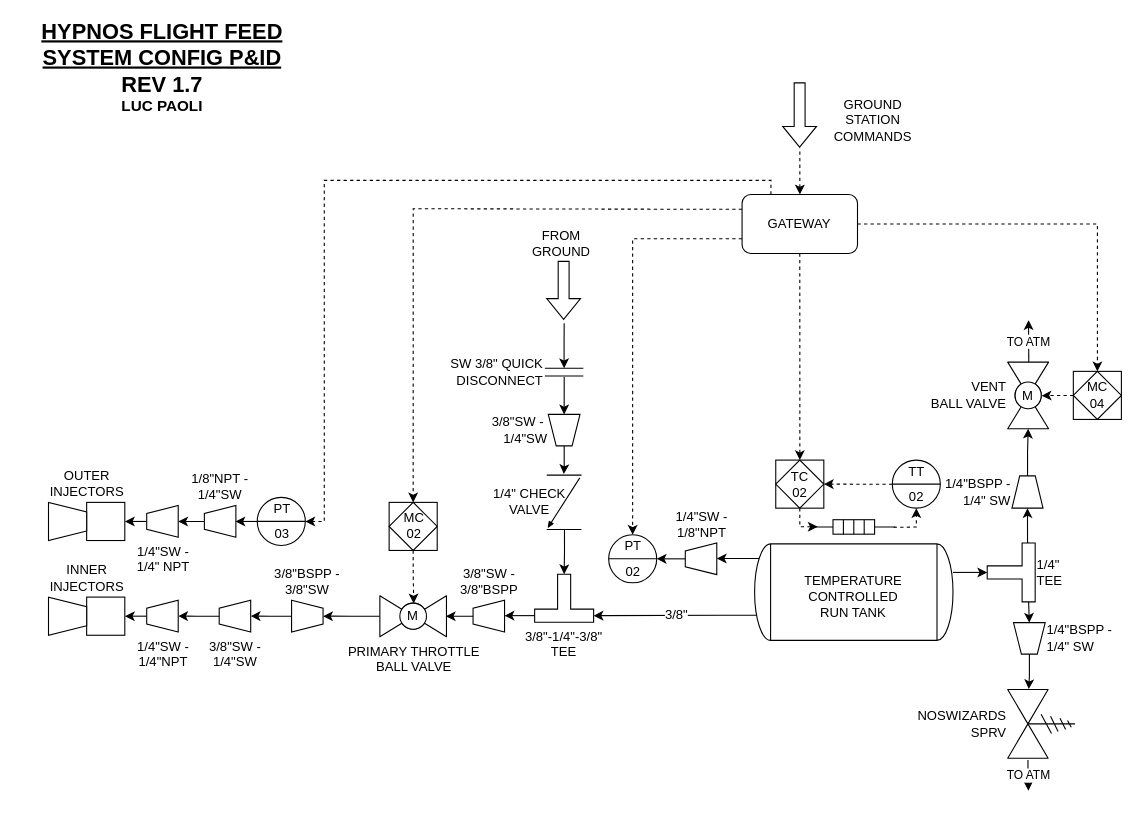
Earlier version of the draw.io diagram page "Flight feed system" (3 of 4) of All_P_IDs.drawio (icl-rocketry/Propulsion-PIDs). Source tidied: cells renumbered, new cells numbered last; positions are measured from the earlier drawing's top-left corner, leaving out a move shared by most shapes. Both pictures are drawn from the tidied source at 109%, with x=0, y=0 at pixel (19, 19).
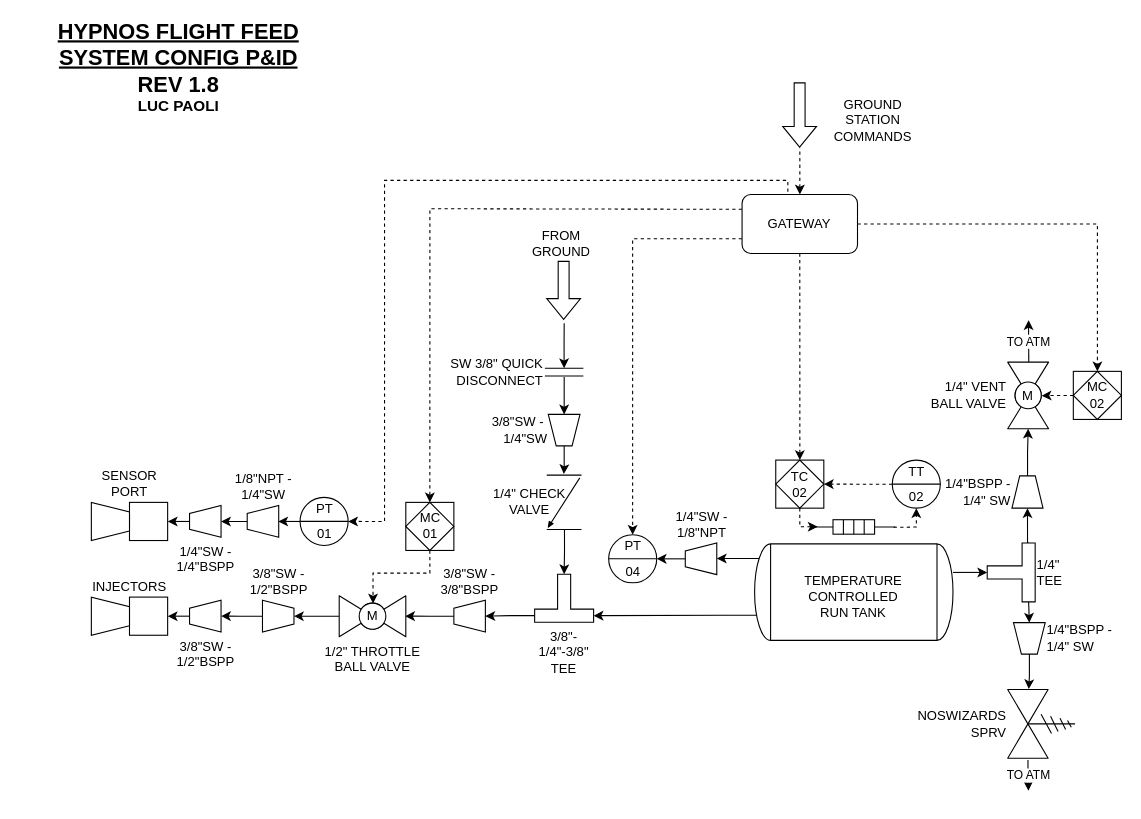
After the change.

Unchanged cells that the change refers to:
```xml
<mxCell id="60" value="GATEWAY" style="rounded=1;whiteSpace=wrap;html=1;fontColor=#000000;strokeColor=#000000;strokeWidth=1;fillColor=default;" parent="59" vertex="1">
  <mxGeometry y="102.9" width="105.9" height="54.2" as="geometry" />
</mxCell>
```

Diff of the diagram source:
```diff
@@
-    <mxCell id="2" value="&lt;b&gt;&lt;font&gt;&lt;u style=&quot;font-size: 20px&quot;&gt;HYPNOS FLIGHT FEED SYSTEM CONFIG P&amp;amp;ID&lt;/u&gt;&lt;br&gt;&lt;span style=&quot;font-size: 20px&quot;&gt;REV 1.7&lt;/span&gt;&lt;br&gt;&lt;font style=&quot;font-size: 14px&quot;&gt;LUC PAOLI&lt;/font&gt;&lt;br&gt;&lt;/font&gt;&lt;/b&gt;" style="text;html=1;strokeColor=none;fillColor=none;align=center;verticalAlign=middle;whiteSpace=wrap;rounded=0;fontFamily=Helvetica;" parent="1" vertex="1">
-      <mxGeometry width="262.6" height="88" as="geometry" />
+    <mxCell id="2" value="&lt;b&gt;&lt;font&gt;&lt;u style=&quot;font-size: 20px&quot;&gt;HYPNOS FLIGHT FEED SYSTEM CONFIG P&amp;amp;ID&lt;/u&gt;&lt;br&gt;&lt;span style=&quot;font-size: 20px&quot;&gt;REV 1.8&lt;/span&gt;&lt;br&gt;&lt;font style=&quot;font-size: 14px&quot;&gt;LUC PAOLI&lt;/font&gt;&lt;br&gt;&lt;/font&gt;&lt;/b&gt;" style="text;html=1;strokeColor=none;fillColor=none;align=center;verticalAlign=middle;whiteSpace=wrap;rounded=0;fontFamily=Helvetica;" parent="1" vertex="1">
+      <mxGeometry x="15.3" width="262.6" height="88" as="geometry" />
     </mxCell>
-    <mxCell id="3" value="3/8&quot;" style="edgeStyle=orthogonalEdgeStyle;rounded=0;jettySize=auto;html=1;entryX=0;entryY=0;entryDx=0;entryDy=6;entryPerimeter=0;fontSize=12;startArrow=none;startFill=0;endArrow=classic;endFill=1;" parent="1" edge="1" target="24">
+    <mxCell id="3" style="edgeStyle=orthogonalEdgeStyle;rounded=0;jettySize=auto;html=1;entryX=0;entryY=0;entryDx=0;entryDy=6;entryPerimeter=0;fontSize=12;startArrow=none;startFill=0;endArrow=classic;endFill=1;" parent="1" edge="1" target="24">
       <mxGeometry relative="1" as="geometry">
         <mxPoint x="677.9" y="547" as="sourcePoint" />
         <Array as="points">
           <mxPoint x="645.9" y="548" />
         </Array>
       </mxGeometry>
     </mxCell>
@@
-    <mxCell id="22" value="&lt;table cellpadding=&quot;4&quot; cellspacing=&quot;0&quot; border=&quot;0&quot; style=&quot;font-size: 1em ; width: 100% ; height: 100%&quot;&gt;&lt;tbody&gt;&lt;tr&gt;&lt;td&gt;PT&lt;/td&gt;&lt;/tr&gt;&lt;tr&gt;&lt;td&gt;02&lt;/td&gt;&lt;/tr&gt;&lt;/tbody&gt;&lt;/table&gt; " style="html=1;outlineConnect=0;align=center;dashed=0;shape=mxgraph.pid2inst.discInst;mounting=room;fontColor=#000000;strokeColor=#000000;strokeWidth=1;fillColor=default;" parent="1" vertex="1">
+    <mxCell id="22" value="&lt;table style=&quot;font-size: 1em ; width: 100% ; height: 100%&quot; cellspacing=&quot;0&quot; cellpadding=&quot;4&quot; border=&quot;0&quot;&gt;&lt;tbody&gt;&lt;tr&gt;&lt;td&gt;PT&lt;/td&gt;&lt;/tr&gt;&lt;tr&gt;&lt;td&gt;04&lt;/td&gt;&lt;/tr&gt;&lt;/tbody&gt;&lt;/table&gt; " style="html=1;outlineConnect=0;align=center;dashed=0;shape=mxgraph.pid2inst.discInst;mounting=room;fontColor=#000000;strokeColor=#000000;strokeWidth=1;fillColor=default;" parent="1" vertex="1">
       <mxGeometry x="540.9" y="473.1" width="44.1" height="44.1" as="geometry" />
     </mxCell>
@@
-    <mxCell id="24" value="3/8&quot;-1/4&quot;-3/8&quot; TEE" style="shape=tee;whiteSpace=wrap;html=1;rotation=0;dx=12;dy=12;fontFamily=Helvetica;direction=west;flipV=0;verticalAlign=top;labelPosition=center;verticalLabelPosition=bottom;align=center;" parent="1" vertex="1">
+    <mxCell id="24" value="3/8&quot;- 1/4&quot;-3/8&quot; TEE" style="shape=tee;whiteSpace=wrap;html=1;rotation=0;dx=12;dy=12;fontFamily=Helvetica;direction=west;flipV=0;verticalAlign=top;labelPosition=center;verticalLabelPosition=bottom;align=center;" parent="1" vertex="1">
       <mxGeometry x="473" y="509.3" width="54.1" height="44" as="geometry" />
     </mxCell>
@@
     <mxCell id="32" value="3/8&quot;SW -&lt;br&gt;3/8&quot;BSPP" style="verticalLabelPosition=top;align=center;dashed=0;html=1;verticalAlign=bottom;shape=mxgraph.pid.piping.concentric_reducer;direction=west;fontFamily=Helvetica;horizontal=1;labelPosition=center;" parent="1" vertex="1">
-      <mxGeometry x="416.5" y="533.2" width="28.9" height="29.1" as="geometry" />
+      <mxGeometry x="398.9" y="533.2" width="28.9" height="29.1" as="geometry" />
     </mxCell>
@@
+    <mxCell id="74" style="edgeStyle=orthogonalEdgeStyle;rounded=0;jettySize=auto;html=1;entryX=0;entryY=0.5;entryDx=0;entryDy=0;entryPerimeter=0;" parent="1" edge="1" source="34" target="42">
+      <mxGeometry relative="1" as="geometry" />
+    </mxCell>
-    <mxCell id="34" value="3/8&quot;BSPP -&lt;br&gt;3/8&quot;SW" style="verticalLabelPosition=top;align=center;dashed=0;html=1;verticalAlign=bottom;shape=mxgraph.pid.piping.concentric_reducer;direction=east;fontFamily=Helvetica;horizontal=1;labelPosition=center;" parent="1" vertex="1">
-      <mxGeometry x="250" y="533.2" width="28.9" height="29.1" as="geometry" />
+    <mxCell id="34" value="3/8&quot;SW -&lt;br&gt;1/2&quot;BSPP" style="verticalLabelPosition=top;align=center;dashed=0;html=1;verticalAlign=bottom;shape=mxgraph.pid.piping.concentric_reducer;direction=east;fontFamily=Helvetica;horizontal=1;labelPosition=center;" parent="1" vertex="1">
+      <mxGeometry x="223.3" y="533.2" width="28.9" height="29.1" as="geometry" />
     </mxCell>
@@
-    <mxCell id="36" value="3/8&quot;SW -&lt;br&gt;1/4&quot;SW" style="verticalLabelPosition=bottom;align=center;dashed=0;html=1;verticalAlign=top;shape=mxgraph.pid.piping.concentric_reducer;direction=west;fontFamily=Helvetica;horizontal=1;labelPosition=center;" parent="1" vertex="1">
-      <mxGeometry x="183.6" y="533.2" width="28.9" height="29.1" as="geometry" />
-    </mxCell>
-    <mxCell id="37" style="edgeStyle=orthogonalEdgeStyle;rounded=0;jettySize=auto;html=1;fontColor=#000000;entryX=0;entryY=0.5;entryDx=0;entryDy=0;entryPerimeter=0;" parent="1" edge="1" source="34" target="36">
-      <mxGeometry relative="1" as="geometry" />
-    </mxCell>
-    <mxCell id="38" style="edgeStyle=orthogonalEdgeStyle;rounded=0;jettySize=auto;html=1;entryX=0;entryY=0.5;entryDx=0;entryDy=0;entryPerimeter=0;fontColor=#000000;" parent="1" edge="1" source="36" target="42">
-      <mxGeometry relative="1" as="geometry" />
-    </mxCell>
@@
-    <mxCell id="40" value="INNER&lt;br&gt;INJECTORS" style="shape=mxgraph.pid.pumps.injector;html=1;align=center;verticalLabelPosition=top;verticalAlign=bottom;dashed=0;direction=west;fontFamily=Helvetica;labelPosition=center;" parent="1" vertex="1">
-      <mxGeometry x="27" y="530.3" width="70" height="35" as="geometry" />
+    <mxCell id="40" value="INJECTORS" style="shape=mxgraph.pid.pumps.injector;html=1;align=center;verticalLabelPosition=top;verticalAlign=bottom;dashed=0;direction=west;fontFamily=Helvetica;labelPosition=center;" parent="1" vertex="1">
+      <mxGeometry x="66.3" y="530.3" width="70" height="35" as="geometry" />
     </mxCell>
@@
-    <mxCell id="42" value="1/4&quot;SW -&lt;br&gt;1/4&quot;NPT" style="verticalLabelPosition=bottom;align=center;dashed=0;html=1;verticalAlign=top;shape=mxgraph.pid.piping.concentric_reducer;direction=west;fontFamily=Helvetica;horizontal=1;labelPosition=center;" parent="1" vertex="1">
-      <mxGeometry x="117.1" y="533.2" width="28.9" height="29.1" as="geometry" />
+    <mxCell id="42" value="3/8&quot;SW -&lt;br&gt;1/2&quot;BSPP" style="verticalLabelPosition=bottom;align=center;dashed=0;html=1;verticalAlign=top;shape=mxgraph.pid.piping.concentric_reducer;direction=west;fontFamily=Helvetica;horizontal=1;labelPosition=center;" parent="1" vertex="1">
+      <mxGeometry x="156.4" y="533.2" width="28.9" height="29.1" as="geometry" />
     </mxCell>
-    <mxCell id="43" value="MC&lt;br&gt;02&lt;br&gt; " style="html=1;outlineConnect=0;align=center;dashed=0;shape=mxgraph.pid2inst.progLogCont;mounting=field;fontColor=#000000;strokeColor=#000000;strokeWidth=1;fillColor=default;" parent="1" vertex="1">
-      <mxGeometry x="339.5" y="443.4" width="44.1" height="44.1" as="geometry" />
+    <mxCell id="43" value="MC&lt;br&gt;01&lt;br&gt; " style="html=1;outlineConnect=0;align=center;dashed=0;shape=mxgraph.pid2inst.progLogCont;mounting=field;fontColor=#000000;strokeColor=#000000;strokeWidth=1;fillColor=default;" parent="1" vertex="1">
+      <mxGeometry x="354.8" y="443.4" width="44.1" height="44.1" as="geometry" />
     </mxCell>
@@
-    <mxCell id="45" value="MC&lt;br&gt;04&lt;br&gt; " style="html=1;outlineConnect=0;align=center;dashed=0;shape=mxgraph.pid2inst.progLogCont;mounting=field;fontColor=#000000;strokeColor=#000000;strokeWidth=1;fillColor=default;" parent="1" vertex="1">
+    <mxCell id="45" value="MC&lt;br&gt;02&lt;br&gt; " style="html=1;outlineConnect=0;align=center;dashed=0;shape=mxgraph.pid2inst.progLogCont;mounting=field;fontColor=#000000;strokeColor=#000000;strokeWidth=1;fillColor=default;" parent="1" vertex="1">
       <mxGeometry x="967.2" y="323.2" width="44.1" height="44.1" as="geometry" />
     </mxCell>
     <mxCell id="46" style="edgeStyle=orthogonalEdgeStyle;rounded=0;jettySize=auto;html=1;dashed=1;fontColor=#000000;exitX=0;exitY=0.25;exitDx=0;exitDy=0;entryX=0.5;entryY=0;entryDx=0;entryDy=0;" parent="1" edge="1" source="60" target="43">
       <mxGeometry relative="1" as="geometry">
         <Array as="points">
-          <mxPoint x="632" y="174" />
-          <mxPoint x="362" y="174" />
+          <mxPoint x="647.3" y="174" />
+          <mxPoint x="377.3" y="174" />
         </Array>
       </mxGeometry>
     </mxCell>
@@
-    <mxCell id="49" value="VENT&lt;br&gt;BALL VALVE" style="verticalLabelPosition=middle;align=right;html=1;verticalAlign=middle;dashed=0;shape=mxgraph.pid2valves.valve;valveType=ball;direction=south;fontFamily=Helvetica;horizontal=1;labelPosition=left;" parent="1" vertex="1">
+    <mxCell id="49" value="1/4&quot; VENT&lt;br&gt;BALL VALVE" style="verticalLabelPosition=middle;align=right;html=1;verticalAlign=middle;dashed=0;shape=mxgraph.pid2valves.valve;valveType=ball;direction=south;fontFamily=Helvetica;horizontal=1;labelPosition=left;" parent="1" vertex="1">
       <mxGeometry x="907" y="314.7" width="37.5" height="61.1" as="geometry" />
     </mxCell>
@@
-    <mxCell id="53" value="OUTER&lt;br&gt;INJECTORS" style="shape=mxgraph.pid.pumps.injector;html=1;align=center;verticalLabelPosition=top;verticalAlign=bottom;dashed=0;direction=west;fontFamily=Helvetica;labelPosition=center;" parent="1" vertex="1">
-      <mxGeometry x="27" y="443.4" width="70" height="35" as="geometry" />
+    <mxCell id="53" value="SENSOR&lt;br&gt;PORT" style="shape=mxgraph.pid.pumps.injector;html=1;align=center;verticalLabelPosition=top;verticalAlign=bottom;dashed=0;direction=west;fontFamily=Helvetica;labelPosition=center;" parent="1" vertex="1">
+      <mxGeometry x="66.3" y="443.4" width="70" height="35" as="geometry" />
     </mxCell>
     <mxCell id="54" style="group;" parent="1" vertex="1">
-      <mxGeometry x="331" y="529.1" width="61.1" height="37.5" as="geometry" />
+      <mxGeometry x="293.7" y="529.1" width="61.1" height="37.5" as="geometry" />
     </mxCell>
-    <mxCell id="55" value="PRIMARY THROTTLE&lt;br&gt;BALL VALVE" style="verticalLabelPosition=bottom;align=center;html=1;verticalAlign=top;dashed=0;shape=mxgraph.pid2valves.valve;valveType=ball;direction=west;fontFamily=Helvetica;horizontal=1;labelPosition=center;" parent="54" vertex="1">
+    <mxCell id="55" value="1/2&quot; THROTTLE&lt;br&gt;BALL VALVE" style="verticalLabelPosition=bottom;align=center;html=1;verticalAlign=top;dashed=0;shape=mxgraph.pid2valves.valve;valveType=ball;direction=west;fontFamily=Helvetica;horizontal=1;labelPosition=center;" parent="54" vertex="1">
       <mxGeometry width="61.1" height="37.5" as="geometry" />
     </mxCell>
@@
-    <mxCell id="58" value="1/4&quot;SW -&lt;br&gt;1/4&quot; NPT" style="verticalLabelPosition=bottom;align=center;dashed=0;html=1;verticalAlign=top;shape=mxgraph.pid.piping.concentric_reducer;direction=west;fontFamily=Helvetica;horizontal=1;labelPosition=center;" parent="1" vertex="1">
-      <mxGeometry x="117.1" y="446.3" width="28.9" height="29.1" as="geometry" />
+    <mxCell id="58" value="1/4&quot;SW -&lt;br&gt;1/4&quot;BSPP" style="verticalLabelPosition=bottom;align=center;dashed=0;html=1;verticalAlign=top;shape=mxgraph.pid.piping.concentric_reducer;direction=west;fontFamily=Helvetica;horizontal=1;labelPosition=center;" parent="1" vertex="1">
+      <mxGeometry x="156.4" y="446.3" width="28.9" height="29.1" as="geometry" />
     </mxCell>
@@
-    <mxCell id="70" value="&lt;table cellpadding=&quot;4&quot; cellspacing=&quot;0&quot; border=&quot;0&quot; style=&quot;font-size: 1em ; width: 100% ; height: 100%&quot;&gt;&lt;tbody&gt;&lt;tr&gt;&lt;td&gt;PT&lt;/td&gt;&lt;/tr&gt;&lt;tr&gt;&lt;td&gt;03&lt;/td&gt;&lt;/tr&gt;&lt;/tbody&gt;&lt;/table&gt; " style="html=1;outlineConnect=0;align=center;dashed=0;shape=mxgraph.pid2inst.discInst;mounting=room;fontColor=#000000;strokeColor=#000000;strokeWidth=1;fillColor=default;" parent="1" vertex="1">
-      <mxGeometry x="218.5" y="438.8" width="44.1" height="44.1" as="geometry" />
+    <mxCell id="70" value="&lt;table style=&quot;font-size: 1em ; width: 100% ; height: 100%&quot; cellspacing=&quot;0&quot; cellpadding=&quot;4&quot; border=&quot;0&quot;&gt;&lt;tbody&gt;&lt;tr&gt;&lt;td&gt;PT&lt;/td&gt;&lt;/tr&gt;&lt;tr&gt;&lt;td&gt;01&lt;/td&gt;&lt;/tr&gt;&lt;/tbody&gt;&lt;/table&gt; " style="html=1;outlineConnect=0;align=center;dashed=0;shape=mxgraph.pid2inst.discInst;mounting=room;fontColor=#000000;strokeColor=#000000;strokeWidth=1;fillColor=default;" parent="1" vertex="1">
+      <mxGeometry x="257.8" y="438.8" width="44.1" height="44.1" as="geometry" />
     </mxCell>
     <mxCell id="71" style="edgeStyle=orthogonalEdgeStyle;rounded=0;jettySize=auto;html=1;exitX=0.25;exitY=0;exitDx=0;exitDy=0;dashed=1;fontSize=12;startArrow=none;startFill=0;endArrow=classic;endFill=1;entryX=1;entryY=0.5;entryDx=0;entryDy=0;" parent="1" edge="1" source="60" target="70">
       <mxGeometry relative="1" as="geometry">
         <Array as="points">
-          <mxPoint x="690" y="148" />
-          <mxPoint x="280" y="148" />
-          <mxPoint x="280" y="461" />
+          <mxPoint x="705.3" y="148" />
+          <mxPoint x="335.3" y="148" />
+          <mxPoint x="335.3" y="461" />
         </Array>
       </mxGeometry>
     </mxCell>
@@
     <mxCell id="73" value="1/8&quot;NPT -&lt;br&gt;1/4&quot;SW" style="verticalLabelPosition=top;align=center;dashed=0;html=1;verticalAlign=bottom;shape=mxgraph.pid.piping.concentric_reducer;direction=west;fontFamily=Helvetica;horizontal=1;labelPosition=center;" parent="1" vertex="1">
-      <mxGeometry x="170" y="446.3" width="28.9" height="29.1" as="geometry" />
+      <mxGeometry x="209.3" y="446.3" width="28.9" height="29.1" as="geometry" />
     </mxCell>
```
